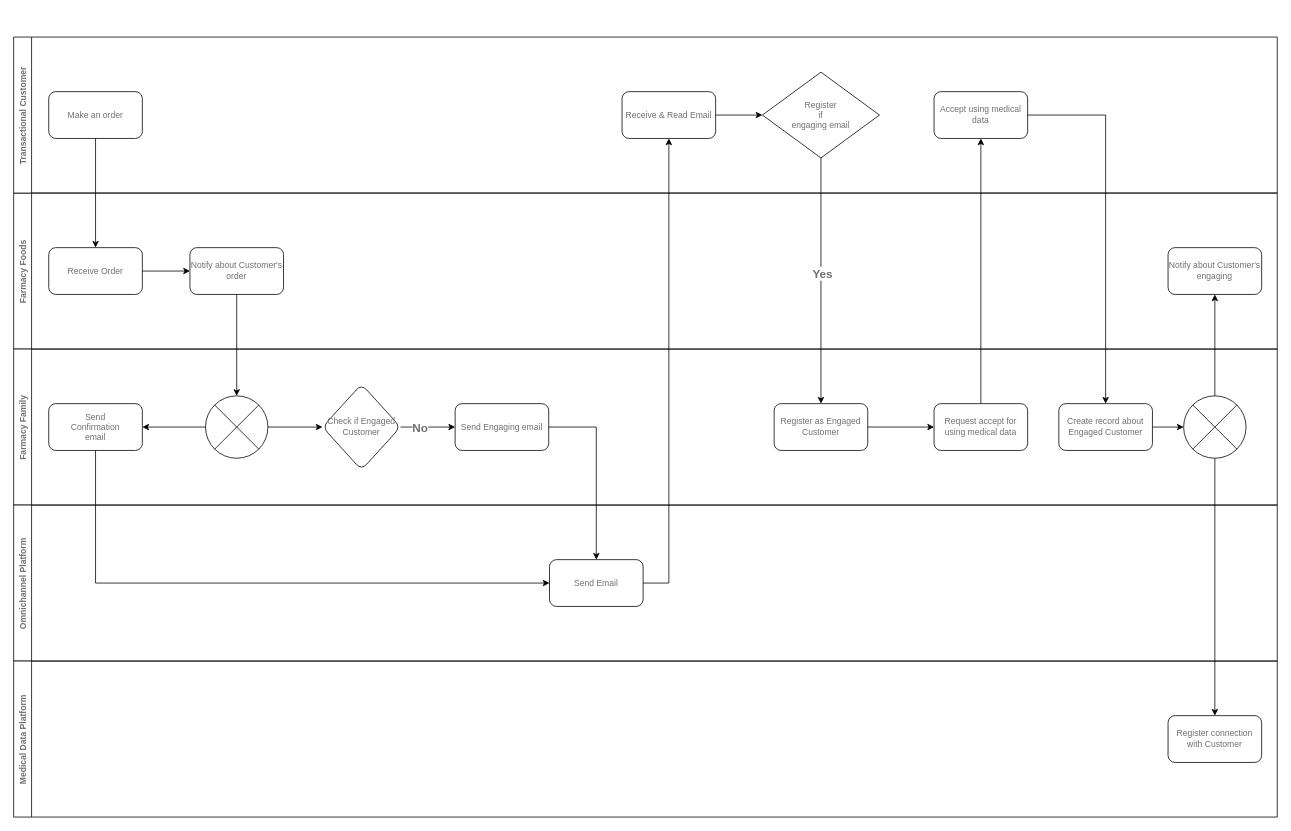
Earlier version of the draw.io diagram page "CJM 4 Transactional Customer" (3 of 5) of analysis/drawio.drawio (sakosy/arch_katas_2021). Source tidied: cells renumbered, new cells numbered last; positions are measured from the earlier drawing's top-left corner, leaving out a move shared by most shapes. Both pictures are drawn from the tidied source at 78%, with x=0, y=0 at pixel (13, 37).
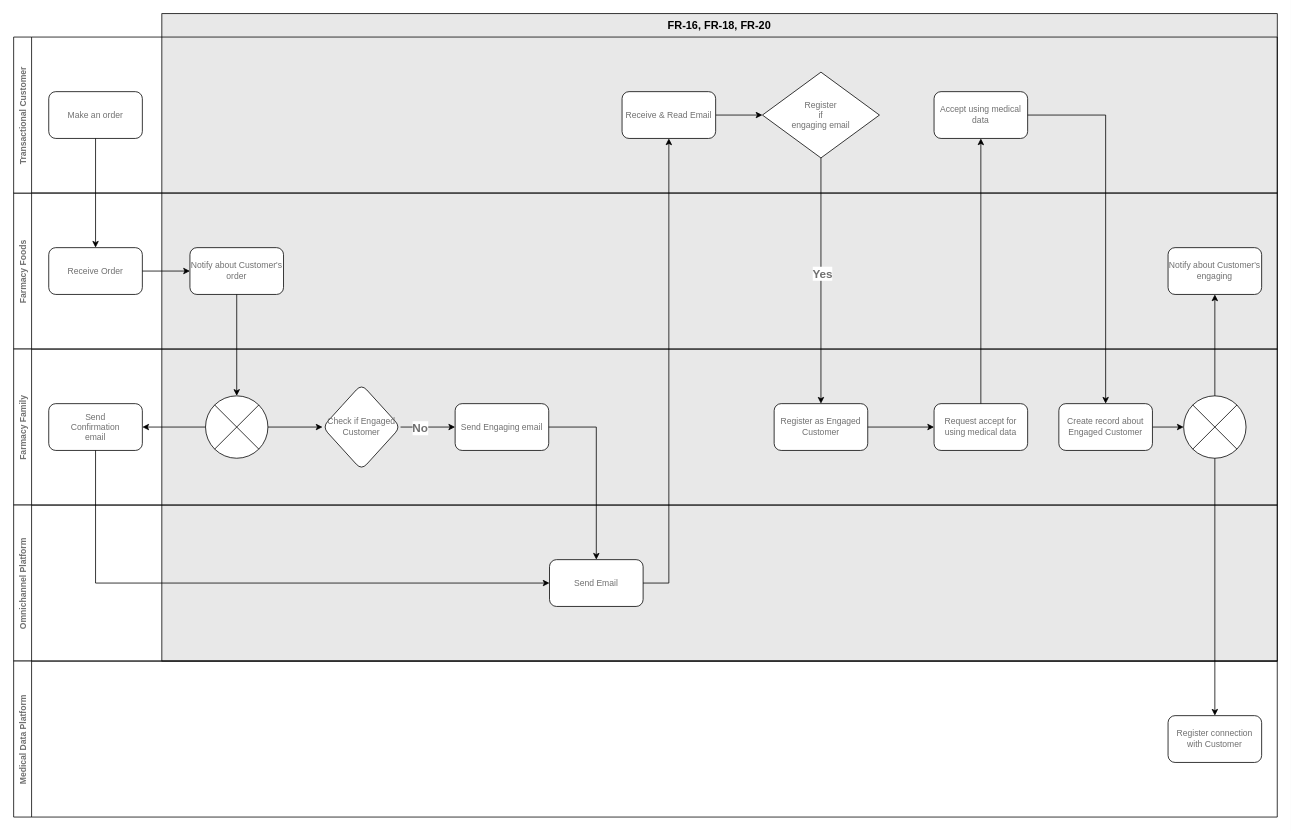
The same diagram, later.

Change to the diagram source:
```diff
@@
+    <mxCell id="45" value="FR-16, FR-18, FR-20" style="rounded=0;whiteSpace=wrap;html=1;fillColor=#E8E8E8;verticalAlign=top;fontFamily=PT Mono;fontSize=14;fontStyle=1;" parent="1" vertex="1">
+      <mxGeometry x="190" y="-30" width="1430" height="830" as="geometry" />
+    </mxCell>
```
